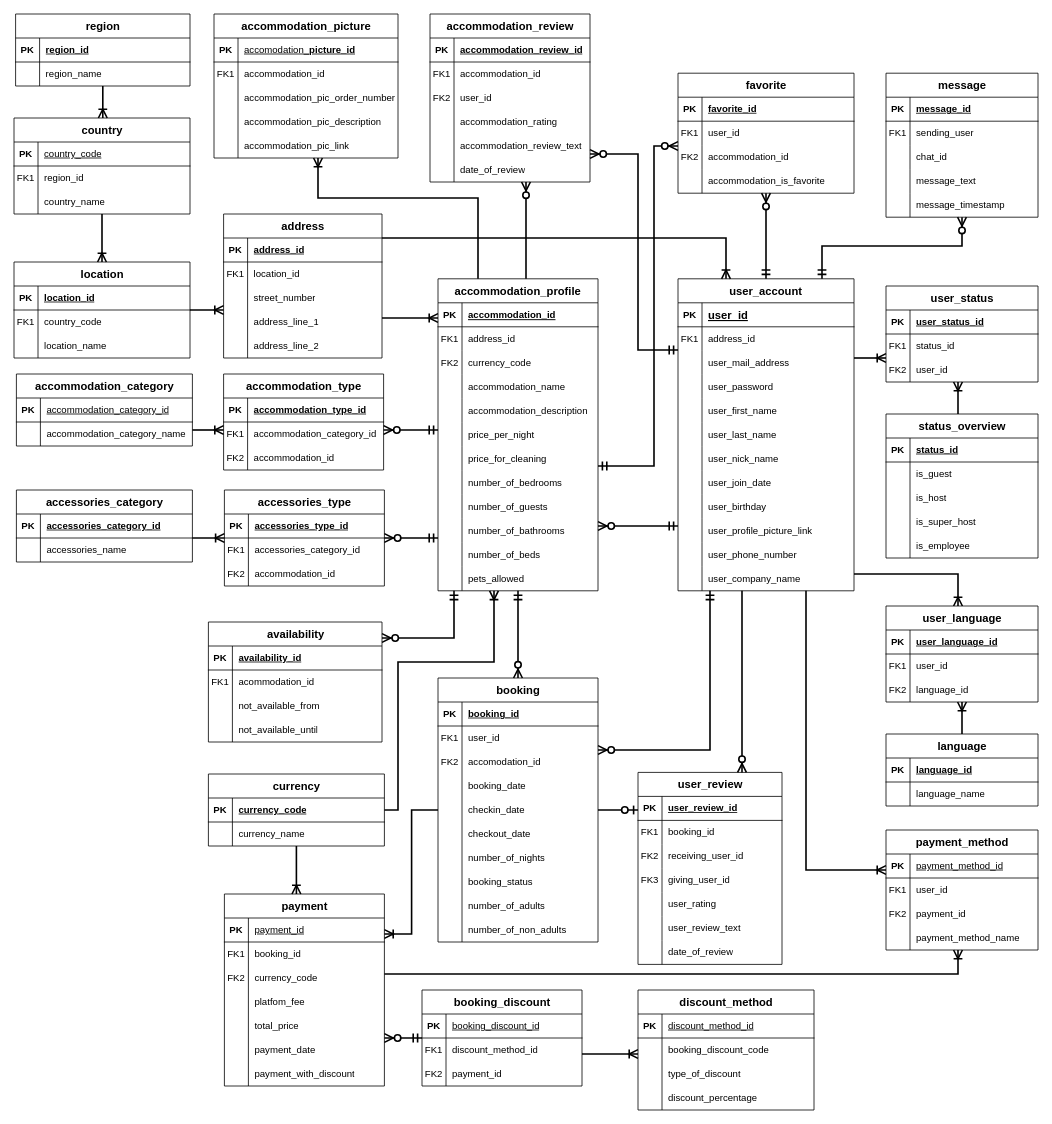
This is Steffbnb.drawio from DaSteff91/SQL_Repo, a draw.io file, before an edit. Source tidied: cells renumbered, new cells numbered last; positions are measured from the earlier drawing's top-left corner, leaving out a move shared by most shapes. Both pictures are drawn from the tidied source at 80%, with x=0, y=0 at pixel (14, 14).
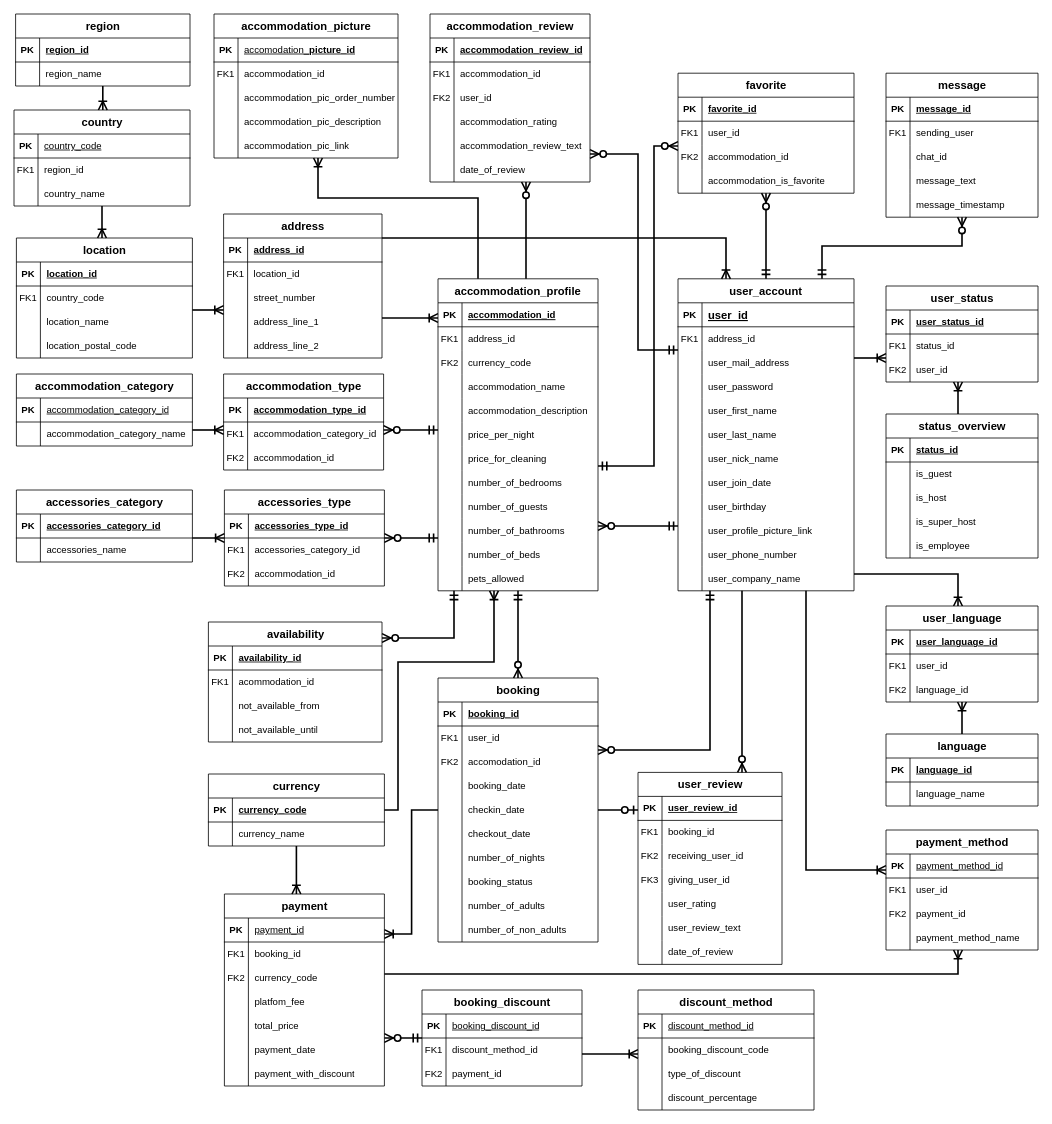
Above is the later version.

Commit message:
Updated location table

Diff of the diagram source:
```diff
@@
     <mxCell id="146" value="location" style="shape=table;startSize=30;childLayout=tableLayout;rowLines=0;fontStyle=1;align=center;html=1;fontSize=14;labelBackgroundColor=none;" parent="1" vertex="1">
-      <mxGeometry y="310" width="220" height="120" as="geometry" />
+      <mxGeometry x="3" y="280" width="220" height="150" as="geometry" />
     </mxCell>
@@
+    <mxCell id="423" style="shape=tableRow;horizontal=0;startSize=0;swimlaneHead=0;swimlaneBody=0;fillColor=none;top=0;left=0;right=0;bottom=0;labelBackgroundColor=none;" parent="146" vertex="1">
+      <mxGeometry y="120" width="220" height="30" as="geometry" />
+    </mxCell>
+    <mxCell id="424" style="shape=partialRectangle;fillColor=none;top=0;left=0;bottom=0;right=0;overflow=hidden;whiteSpace=wrap;html=1;labelBackgroundColor=none;" parent="423" vertex="1">
+      <mxGeometry width="30" height="30" as="geometry" />
+    </mxCell>
+    <mxCell id="425" value="location_postal_code" style="shape=partialRectangle;fillColor=none;top=0;left=0;bottom=0;right=0;align=left;spacingLeft=6;overflow=hidden;whiteSpace=wrap;html=1;labelBackgroundColor=none;" parent="423" vertex="1">
+      <mxGeometry x="30" width="190" height="30" as="geometry" />
+    </mxCell>
     <mxCell id="156" value="country" style="shape=table;startSize=30;childLayout=tableLayout;rowLines=0;fontStyle=1;align=center;html=1;fontSize=14;labelBackgroundColor=none;" parent="1" vertex="1">
-      <mxGeometry y="130" width="220" height="120" as="geometry" />
+      <mxGeometry y="120" width="220" height="120" as="geometry" />
     </mxCell>
```
